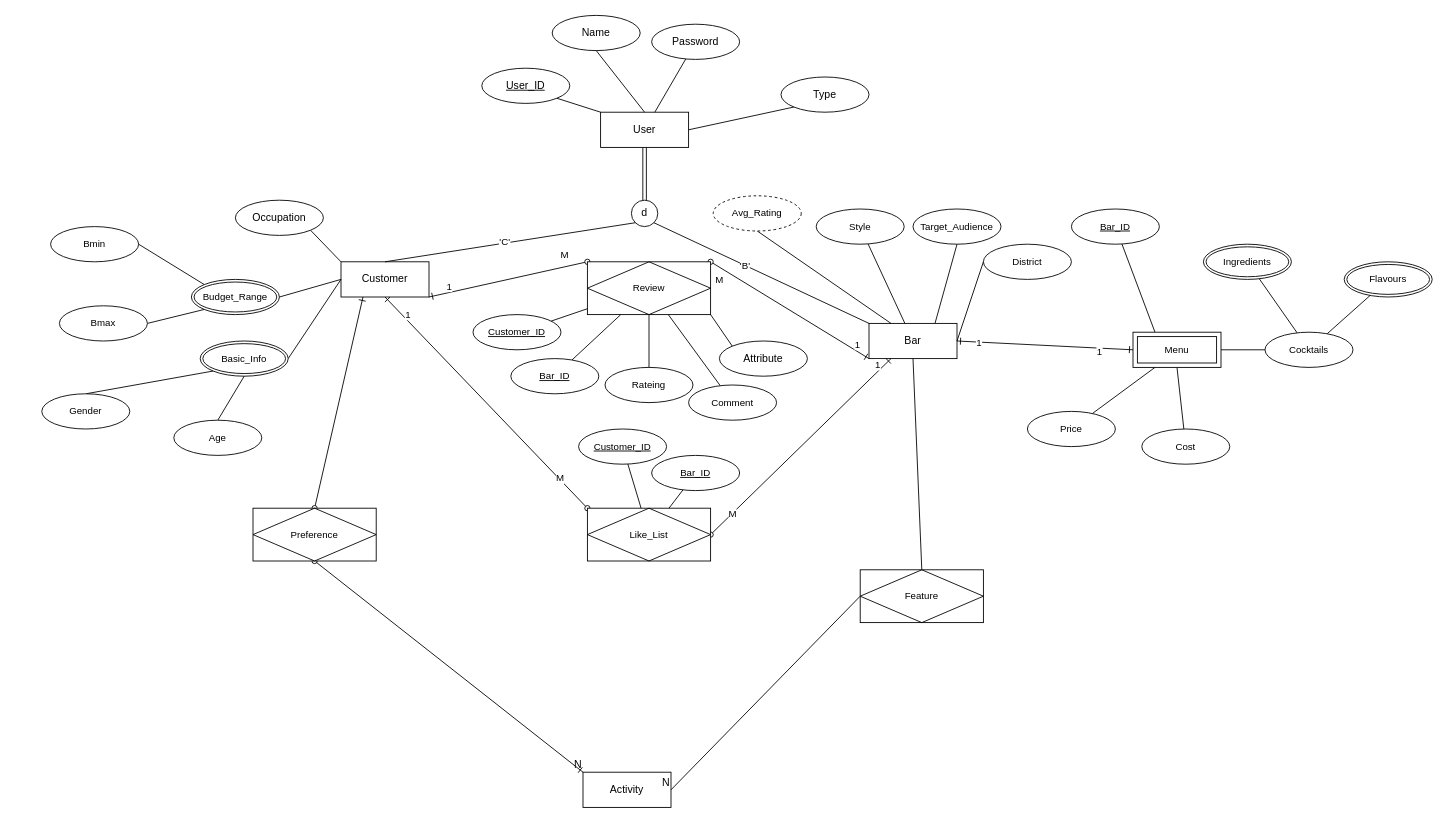
This is page "Page-1" (1 of 2) of finalProjectERD.drawio from tp12356twNccu/Database_NCCU, a draw.io file, before an edit. Source tidied: cells renumbered, new cells numbered last; positions are measured from the earlier drawing's top-left corner, leaving out a move shared by most shapes. Both pictures are drawn from the tidied source at 88%, with x=0, y=0 at pixel (41, 15).
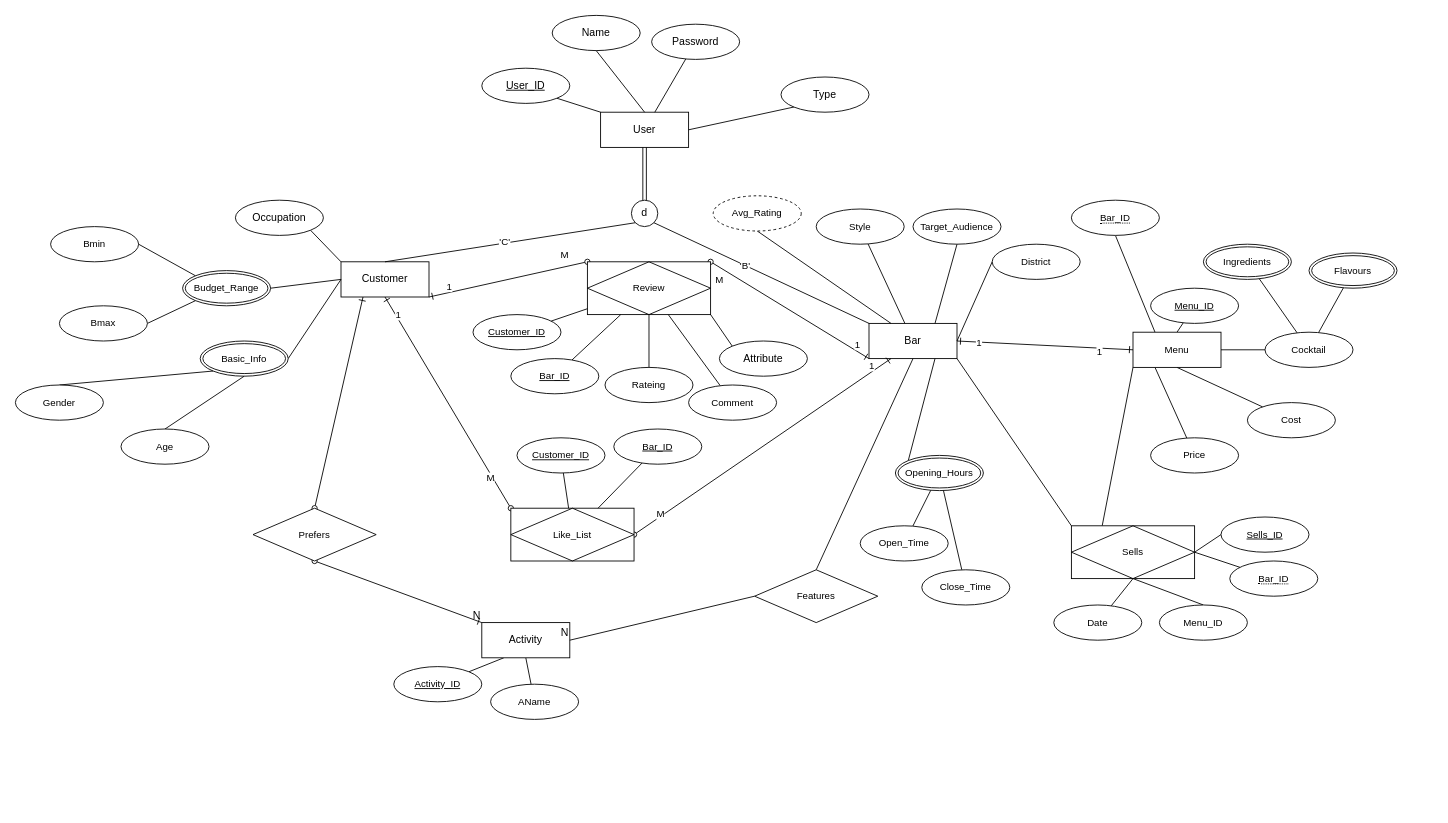
The same page after the edit.

Unchanged cells that the change refers to:
```xml
<mxCell id="15" value="Bar" style="whiteSpace=wrap;html=1;align=center;" parent="1" vertex="1">
  <mxGeometry x="940" y="350" width="100" height="40" as="geometry" />
</mxCell>
```

Diff of the diagram source:
```diff
@@
+    <mxCell id="97" style="edgeStyle=none;rounded=0;jettySize=auto;html=1;exitX=1;exitY=1;exitDx=0;exitDy=0;entryX=0;entryY=0;entryDx=0;entryDy=0;strokeColor=default;align=center;verticalAlign=middle;fontFamily=Helvetica;fontSize=11;fontColor=default;labelBackgroundColor=default;endArrow=none;endFill=0;" parent="1" edge="1" source="15" target="113">
+      <mxGeometry relative="1" as="geometry" />
+    </mxCell>
@@
+    <mxCell id="98" style="edgeStyle=none;rounded=0;jettySize=auto;html=1;exitX=0.25;exitY=1;exitDx=0;exitDy=0;strokeColor=default;align=center;verticalAlign=middle;fontFamily=Helvetica;fontSize=11;fontColor=default;labelBackgroundColor=default;endArrow=none;endFill=0;" parent="1" edge="1" source="20" target="119">
+      <mxGeometry relative="1" as="geometry" />
+    </mxCell>
+    <mxCell id="99" style="edgeStyle=none;rounded=0;jettySize=auto;html=1;exitX=0.5;exitY=1;exitDx=0;exitDy=0;strokeColor=default;align=center;verticalAlign=middle;fontFamily=Helvetica;fontSize=11;fontColor=default;labelBackgroundColor=default;endArrow=none;endFill=0;" parent="1" edge="1" source="20" target="120">
+      <mxGeometry relative="1" as="geometry" />
+    </mxCell>
     <mxCell id="20" value="Activity" style="whiteSpace=wrap;html=1;align=center;" parent="1" vertex="1">
-      <mxGeometry x="615" y="860" width="100" height="40" as="geometry" />
+      <mxGeometry x="500" y="690" width="100" height="40" as="geometry" />
     </mxCell>
@@
     <mxCell id="30" value="Flavours" style="ellipse;shape=doubleEllipse;margin=3;whiteSpace=wrap;html=1;align=center;fontFamily=Helvetica;fontSize=11;fontColor=default;" parent="1" vertex="1">
-      <mxGeometry x="1480" y="280" width="100" height="40" as="geometry" />
+      <mxGeometry x="1440" y="270" width="100" height="40" as="geometry" />
     </mxCell>
@@
     <mxCell id="39" value="District" style="ellipse;whiteSpace=wrap;html=1;align=center;fontFamily=Helvetica;fontSize=11;fontColor=default;labelBackgroundColor=default;" parent="1" vertex="1">
-      <mxGeometry x="1070" y="260" width="100" height="40" as="geometry" />
+      <mxGeometry x="1080" y="260" width="100" height="40" as="geometry" />
     </mxCell>
@@
     <mxCell id="43" value="Age" style="ellipse;whiteSpace=wrap;html=1;align=center;fontFamily=Helvetica;fontSize=11;fontColor=default;labelBackgroundColor=default;" parent="1" vertex="1">
-      <mxGeometry x="150" y="460" width="100" height="40" as="geometry" />
+      <mxGeometry x="90" y="470" width="100" height="40" as="geometry" />
     </mxCell>
@@
     <mxCell id="45" value="Gender" style="ellipse;whiteSpace=wrap;html=1;align=center;fontFamily=Helvetica;fontSize=11;fontColor=default;labelBackgroundColor=default;" parent="1" vertex="1">
-      <mxGeometry y="430" width="100" height="40" as="geometry" />
+      <mxGeometry x="-30" y="420" width="100" height="40" as="geometry" />
     </mxCell>
@@
     <mxCell id="47" value="Budget_Range" style="ellipse;shape=doubleEllipse;margin=3;whiteSpace=wrap;html=1;align=center;fontFamily=Helvetica;fontSize=11;fontColor=default;labelBackgroundColor=default;" parent="1" vertex="1">
-      <mxGeometry x="170" y="300" width="100" height="40" as="geometry" />
+      <mxGeometry x="160" y="290" width="100" height="40" as="geometry" />
     </mxCell>
@@
-    <mxCell id="64" value="Preference" style="shape=associativeEntity;whiteSpace=wrap;html=1;align=center;fontFamily=Helvetica;fontSize=11;fontColor=default;labelBackgroundColor=default;" parent="1" vertex="1">
+    <mxCell id="64" value="Prefers" style="rhombus;whiteSpace=wrap;html=1;fontSize=11;labelBackgroundColor=default;" parent="1" vertex="1">
       <mxGeometry x="240" y="560" width="140" height="60" as="geometry" />
     </mxCell>
@@
     <mxCell id="71" value="Like_List" style="shape=associativeEntity;whiteSpace=wrap;html=1;align=center;fontFamily=Helvetica;fontSize=11;fontColor=default;labelBackgroundColor=default;" parent="1" vertex="1">
-      <mxGeometry x="620" y="560" width="140" height="60" as="geometry" />
+      <mxGeometry x="533" y="560" width="140" height="60" as="geometry" />
     </mxCell>
@@
     <mxCell id="73" value="Customer_ID" style="ellipse;whiteSpace=wrap;html=1;align=center;fontStyle=4;fontFamily=Helvetica;fontSize=11;fontColor=default;labelBackgroundColor=default;" parent="1" vertex="1">
-      <mxGeometry x="610" y="470" width="100" height="40" as="geometry" />
+      <mxGeometry x="540" y="480" width="100" height="40" as="geometry" />
     </mxCell>
@@
     <mxCell id="75" value="Bar_ID" style="ellipse;whiteSpace=wrap;html=1;align=center;fontStyle=4;fontFamily=Helvetica;fontSize=11;fontColor=default;labelBackgroundColor=default;" parent="1" vertex="1">
-      <mxGeometry x="693" y="500" width="100" height="40" as="geometry" />
+      <mxGeometry x="650" y="470" width="100" height="40" as="geometry" />
     </mxCell>
-    <mxCell id="76" value="Feature" style="shape=associativeEntity;whiteSpace=wrap;html=1;align=center;fontFamily=Helvetica;fontSize=11;fontColor=default;labelBackgroundColor=default;" parent="1" vertex="1">
-      <mxGeometry x="930" y="630" width="140" height="60" as="geometry" />
+    <mxCell id="76" value="Features" style="rhombus;whiteSpace=wrap;html=1;fontSize=11;labelBackgroundColor=default;" parent="1" vertex="1">
+      <mxGeometry x="810" y="630" width="140" height="60" as="geometry" />
     </mxCell>
@@
     <mxCell id="78" value="Price" style="ellipse;whiteSpace=wrap;html=1;align=center;fontFamily=Helvetica;fontSize=11;fontColor=default;labelBackgroundColor=default;" parent="1" vertex="1">
-      <mxGeometry x="1120" y="450" width="100" height="40" as="geometry" />
+      <mxGeometry x="1260" y="480" width="100" height="40" as="geometry" />
     </mxCell>
@@
     <mxCell id="80" value="Cost" style="ellipse;whiteSpace=wrap;html=1;align=center;fontFamily=Helvetica;fontSize=11;fontColor=default;labelBackgroundColor=default;" parent="1" vertex="1">
-      <mxGeometry x="1250" y="470" width="100" height="40" as="geometry" />
+      <mxGeometry x="1370" y="440" width="100" height="40" as="geometry" />
     </mxCell>
-    <mxCell id="81" style="edgeStyle=none;rounded=0;jettySize=auto;html=1;strokeColor=default;align=center;verticalAlign=middle;fontFamily=Helvetica;fontSize=11;fontColor=default;labelBackgroundColor=default;endArrow=none;endFill=0;entryX=0.25;entryY=0;entryDx=0;entryDy=0;" parent="1" edge="1" source="82" target="95">
+    <mxCell id="81" style="edgeStyle=none;rounded=0;jettySize=auto;html=1;strokeColor=default;align=center;verticalAlign=middle;fontFamily=Helvetica;fontSize=11;fontColor=default;labelBackgroundColor=default;endArrow=none;endFill=0;entryX=0.25;entryY=0;entryDx=0;entryDy=0;exitX=0.5;exitY=1;exitDx=0;exitDy=0;" parent="1" edge="1" source="106" target="95">
       <mxGeometry relative="1" as="geometry" />
     </mxCell>
-    <mxCell id="82" value="Bar_ID" style="ellipse;whiteSpace=wrap;html=1;align=center;fontStyle=4;fontFamily=Helvetica;fontSize=11;fontColor=default;labelBackgroundColor=default;" parent="1" vertex="1">
-      <mxGeometry x="1170" y="220" width="100" height="40" as="geometry" />
-    </mxCell>
@@
-    <mxCell id="94" value="Cocktails" style="ellipse;whiteSpace=wrap;html=1;align=center;fontFamily=Helvetica;fontSize=11;fontColor=default;labelBackgroundColor=default;" parent="1" vertex="1">
+    <mxCell id="94" value="Cocktail" style="ellipse;whiteSpace=wrap;html=1;align=center;fontFamily=Helvetica;fontSize=11;fontColor=default;labelBackgroundColor=default;" parent="1" vertex="1">
       <mxGeometry x="1390" y="360" width="100" height="40" as="geometry" />
     </mxCell>
+    <mxCell id="100" style="edgeStyle=none;rounded=0;jettySize=auto;html=1;exitX=0;exitY=1;exitDx=0;exitDy=0;entryX=0.25;entryY=0;entryDx=0;entryDy=0;strokeColor=default;align=center;verticalAlign=middle;fontFamily=Helvetica;fontSize=11;fontColor=default;labelBackgroundColor=default;endArrow=none;endFill=0;" parent="1" edge="1" source="95" target="113">
+      <mxGeometry relative="1" as="geometry" />
+    </mxCell>
+    <mxCell id="101" style="edgeStyle=none;rounded=0;jettySize=auto;html=1;exitX=0.5;exitY=0;exitDx=0;exitDy=0;strokeColor=default;align=center;verticalAlign=middle;fontFamily=Helvetica;fontSize=11;fontColor=default;labelBackgroundColor=default;endArrow=none;endFill=0;" parent="1" edge="1" source="95" target="117">
+      <mxGeometry relative="1" as="geometry" />
+    </mxCell>
-    <mxCell id="95" value="Menu" style="shape=ext;margin=3;double=1;whiteSpace=wrap;html=1;align=center;fontFamily=Helvetica;fontSize=11;fontColor=default;labelBackgroundColor=default;" parent="1" vertex="1">
+    <mxCell id="95" value="Menu" style="whiteSpace=wrap;html=1;fontSize=11;labelBackgroundColor=default;" parent="1" vertex="1">
       <mxGeometry x="1240" y="360" width="100" height="40" as="geometry" />
     </mxCell>
@@
+    <mxCell id="102" style="edgeStyle=none;rounded=0;jettySize=auto;html=1;exitX=0;exitY=0;exitDx=0;exitDy=0;entryX=0.75;entryY=1;entryDx=0;entryDy=0;strokeColor=default;align=center;verticalAlign=middle;fontFamily=Helvetica;fontSize=11;fontColor=default;labelBackgroundColor=default;endArrow=none;endFill=0;" parent="1" edge="1" source="103" target="15">
+      <mxGeometry relative="1" as="geometry" />
+    </mxCell>
+    <mxCell id="103" value="Opening_Hours" style="ellipse;shape=doubleEllipse;margin=3;whiteSpace=wrap;html=1;align=center;fontFamily=Helvetica;fontSize=11;fontColor=default;labelBackgroundColor=default;" parent="1" vertex="1">
+      <mxGeometry x="970" y="500" width="100" height="40" as="geometry" />
+    </mxCell>
+    <mxCell id="104" style="edgeStyle=none;rounded=0;jettySize=auto;html=1;strokeColor=default;align=center;verticalAlign=middle;fontFamily=Helvetica;fontSize=11;fontColor=default;labelBackgroundColor=default;endArrow=none;endFill=0;" parent="1" edge="1" source="105" target="103">
+      <mxGeometry relative="1" as="geometry" />
+    </mxCell>
+    <mxCell id="105" value="Open_Time" style="ellipse;whiteSpace=wrap;html=1;align=center;fontFamily=Helvetica;fontSize=11;fontColor=default;labelBackgroundColor=default;" parent="1" vertex="1">
+      <mxGeometry x="930" y="580" width="100" height="40" as="geometry" />
+    </mxCell>
+    <mxCell id="106" value="&lt;span style=&quot;border-bottom: 1px dotted&quot;&gt;Bar_ID&lt;/span&gt;" style="ellipse;whiteSpace=wrap;html=1;align=center;fontFamily=Helvetica;fontSize=11;fontColor=default;labelBackgroundColor=default;" parent="1" vertex="1">
+      <mxGeometry x="1170" y="210" width="100" height="40" as="geometry" />
+    </mxCell>
+    <mxCell id="107" style="edgeStyle=none;rounded=0;jettySize=auto;html=1;strokeColor=default;align=center;verticalAlign=middle;fontFamily=Helvetica;fontSize=11;fontColor=default;labelBackgroundColor=default;endArrow=none;endFill=0;" parent="1" edge="1" source="108" target="103">
+      <mxGeometry relative="1" as="geometry" />
+    </mxCell>
+    <mxCell id="108" value="Close_Time" style="ellipse;whiteSpace=wrap;html=1;align=center;fontFamily=Helvetica;fontSize=11;fontColor=default;labelBackgroundColor=default;" parent="1" vertex="1">
+      <mxGeometry x="1000" y="630" width="100" height="40" as="geometry" />
+    </mxCell>
+    <mxCell id="109" style="edgeStyle=none;rounded=0;jettySize=auto;html=1;exitX=1;exitY=0.5;exitDx=0;exitDy=0;entryX=0;entryY=0.5;entryDx=0;entryDy=0;strokeColor=default;align=center;verticalAlign=middle;fontFamily=Helvetica;fontSize=11;fontColor=default;labelBackgroundColor=default;endArrow=none;endFill=0;" parent="1" edge="1" source="113" target="114">
+      <mxGeometry relative="1" as="geometry" />
+    </mxCell>
+    <mxCell id="110" style="edgeStyle=none;rounded=0;jettySize=auto;html=1;exitX=1;exitY=0.5;exitDx=0;exitDy=0;strokeColor=default;align=center;verticalAlign=middle;fontFamily=Helvetica;fontSize=11;fontColor=default;labelBackgroundColor=default;endArrow=none;endFill=0;" parent="1" edge="1" source="113" target="115">
+      <mxGeometry relative="1" as="geometry" />
+    </mxCell>
+    <mxCell id="111" style="edgeStyle=none;rounded=0;jettySize=auto;html=1;exitX=0.5;exitY=1;exitDx=0;exitDy=0;entryX=0.5;entryY=0;entryDx=0;entryDy=0;strokeColor=default;align=center;verticalAlign=middle;fontFamily=Helvetica;fontSize=11;fontColor=default;labelBackgroundColor=default;endArrow=none;endFill=0;" parent="1" edge="1" source="113" target="116">
+      <mxGeometry relative="1" as="geometry" />
+    </mxCell>
+    <mxCell id="112" style="edgeStyle=none;rounded=0;jettySize=auto;html=1;exitX=0.5;exitY=1;exitDx=0;exitDy=0;strokeColor=default;align=center;verticalAlign=middle;fontFamily=Helvetica;fontSize=11;fontColor=default;labelBackgroundColor=default;endArrow=none;endFill=0;" parent="1" edge="1" source="113" target="118">
+      <mxGeometry relative="1" as="geometry" />
+    </mxCell>
+    <mxCell id="113" value="Sells" style="shape=associativeEntity;whiteSpace=wrap;html=1;align=center;fontFamily=Helvetica;fontSize=11;fontColor=default;labelBackgroundColor=default;" parent="1" vertex="1">
+      <mxGeometry x="1170" y="580" width="140" height="60" as="geometry" />
+    </mxCell>
+    <mxCell id="114" value="Sells_ID" style="ellipse;whiteSpace=wrap;html=1;align=center;fontStyle=4;fontFamily=Helvetica;fontSize=11;fontColor=default;labelBackgroundColor=default;" parent="1" vertex="1">
+      <mxGeometry x="1340" y="570" width="100" height="40" as="geometry" />
+    </mxCell>
+    <mxCell id="115" value="&lt;span style=&quot;border-bottom: 1px dotted&quot;&gt;Bar_ID&lt;/span&gt;" style="ellipse;whiteSpace=wrap;html=1;align=center;fontFamily=Helvetica;fontSize=11;fontColor=default;labelBackgroundColor=default;" parent="1" vertex="1">
+      <mxGeometry x="1350" y="620" width="100" height="40" as="geometry" />
+    </mxCell>
+    <mxCell id="116" value="Menu_ID" style="ellipse;whiteSpace=wrap;html=1;align=center;fontFamily=Helvetica;fontSize=11;fontColor=default;labelBackgroundColor=default;" parent="1" vertex="1">
+      <mxGeometry x="1270" y="670" width="100" height="40" as="geometry" />
+    </mxCell>
+    <mxCell id="117" value="Menu_ID" style="ellipse;whiteSpace=wrap;html=1;align=center;fontStyle=4;fontFamily=Helvetica;fontSize=11;fontColor=default;labelBackgroundColor=default;" parent="1" vertex="1">
+      <mxGeometry x="1260" y="310" width="100" height="40" as="geometry" />
+    </mxCell>
+    <mxCell id="118" value="Date" style="ellipse;whiteSpace=wrap;html=1;align=center;fontFamily=Helvetica;fontSize=11;fontColor=default;labelBackgroundColor=default;" parent="1" vertex="1">
+      <mxGeometry x="1150" y="670" width="100" height="40" as="geometry" />
+    </mxCell>
+    <mxCell id="119" value="Activity_ID" style="ellipse;whiteSpace=wrap;html=1;align=center;fontStyle=4;fontFamily=Helvetica;fontSize=11;fontColor=default;labelBackgroundColor=default;" parent="1" vertex="1">
+      <mxGeometry x="400" y="740" width="100" height="40" as="geometry" />
+    </mxCell>
+    <mxCell id="120" value="AName" style="ellipse;whiteSpace=wrap;html=1;align=center;fontFamily=Helvetica;fontSize=11;fontColor=default;labelBackgroundColor=default;" parent="1" vertex="1">
+      <mxGeometry x="510" y="760" width="100" height="40" as="geometry" />
+    </mxCell>
```
